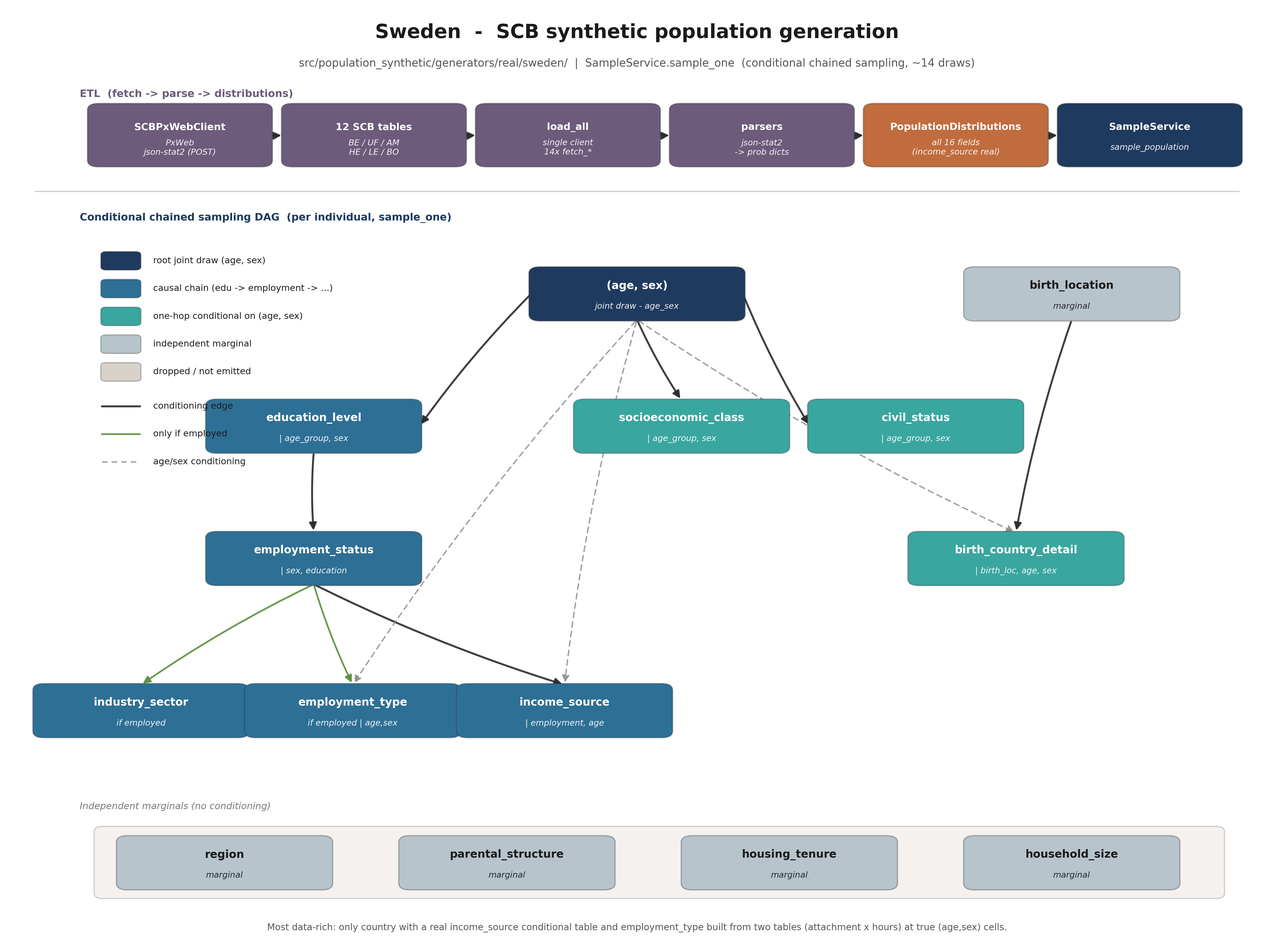
bas1l/population-synthetic keeps this Graphviz diagram as docs/architecture/diagrams/real/sweden_generation_dag.png. Above is the earlier version. Its source is kept beside it as docs/architecture/diagrams/real/sweden_generation_dag.dot. Its diagram source:
```dot
digraph generation {
  rankdir=TB;
  bgcolor="white";
  node [shape=box, style="rounded,filled", fontname="Helvetica", fontsize=11, margin="0.12,0.07"];
  edge [fontname="Helvetica"];

  agesex [label="(age, sex)\n(joint draw - age_sex)", fillcolor="#1f3a5f", fontcolor="white"];
  education [label="education_level\n(| age_group, sex)", fillcolor="#2e6f95", fontcolor="white"];
  employment [label="employment_status\n(| sex, education)", fillcolor="#2e6f95", fontcolor="white"];
  industry [label="industry_sector\n(if employed)", fillcolor="#2e6f95", fontcolor="white"];
  emptype [label="employment_type\n(if employed | age,sex)", fillcolor="#2e6f95", fontcolor="white"];
  income_source [label="income_source\n(| employment, age)", fillcolor="#2e6f95", fontcolor="white"];
  socio [label="socioeconomic_class\n(| age_group, sex)", fillcolor="#3aa6a0", fontcolor="white"];
  civil [label="civil_status\n(| age_group, sex)", fillcolor="#3aa6a0", fontcolor="white"];
  birthloc [label="birth_location\n(marginal)", fillcolor="#b8c4cc", fontcolor="black"];
  birthdetail [label="birth_country_detail\n(| birth_loc, age, sex)", fillcolor="#3aa6a0", fontcolor="white"];
  region [label="region\n(marginal)", fillcolor="#b8c4cc", fontcolor="black"];
  parental_structure [label="parental_structure\n(marginal)", fillcolor="#b8c4cc", fontcolor="black"];
  housing_tenure [label="housing_tenure\n(marginal)", fillcolor="#b8c4cc", fontcolor="black"];
  household_size [label="household_size\n(marginal)", fillcolor="#b8c4cc", fontcolor="black"];

  agesex -> education [color="#2b2b2b"];
  education -> employment [color="#2b2b2b"];
  employment -> industry [color="#5a8f3c", label="if employed", fontsize=9, fontcolor="#5a8f3c"];
  employment -> emptype [color="#5a8f3c", label="if employed", fontsize=9, fontcolor="#5a8f3c"];
  employment -> income_source [color="#2b2b2b"];
  agesex -> emptype [color="#888888", style=dashed, label="age,sex", fontsize=9, fontcolor="#888888"];
  agesex -> income_source [color="#888888", style=dashed, label="age,sex", fontsize=9, fontcolor="#888888"];
  agesex -> socio [color="#2b2b2b"];
  agesex -> civil [color="#2b2b2b"];
  agesex -> birthdetail [color="#888888", style=dashed, label="age,sex", fontsize=9, fontcolor="#888888"];
  birthloc -> birthdetail [color="#2b2b2b"];

  { rank=sink; region parental_structure housing_tenure household_size }
}
```
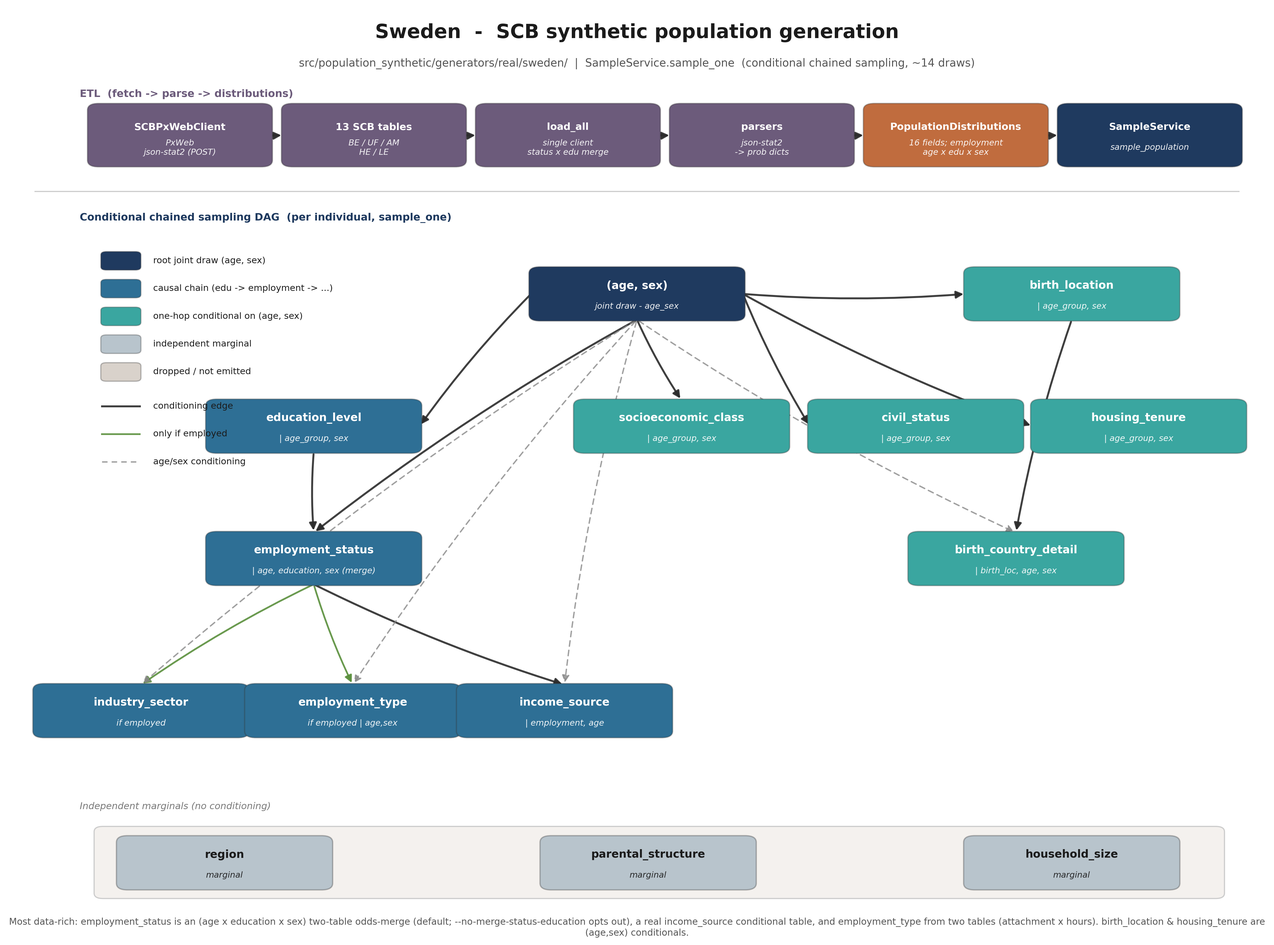
Later version of the same file.

What changed in the source:
```diff
@@ -6,17 +6,17 @@
 
   agesex [label="(age, sex)\n(joint draw - age_sex)", fillcolor="#1f3a5f", fontcolor="white"];
   education [label="education_level\n(| age_group, sex)", fillcolor="#2e6f95", fontcolor="white"];
-  employment [label="employment_status\n(| sex, education)", fillcolor="#2e6f95", fontcolor="white"];
+  employment [label="employment_status\n(| age, education, sex (merge))", fillcolor="#2e6f95", fontcolor="white"];
   industry [label="industry_sector\n(if employed)", fillcolor="#2e6f95", fontcolor="white"];
   emptype [label="employment_type\n(if employed | age,sex)", fillcolor="#2e6f95", fontcolor="white"];
   income_source [label="income_source\n(| employment, age)", fillcolor="#2e6f95", fontcolor="white"];
   socio [label="socioeconomic_class\n(| age_group, sex)", fillcolor="#3aa6a0", fontcolor="white"];
   civil [label="civil_status\n(| age_group, sex)", fillcolor="#3aa6a0", fontcolor="white"];
-  birthloc [label="birth_location\n(marginal)", fillcolor="#b8c4cc", fontcolor="black"];
+  birthloc [label="birth_location\n(| age_group, sex)", fillcolor="#3aa6a0", fontcolor="white"];
   birthdetail [label="birth_country_detail\n(| birth_loc, age, sex)", fillcolor="#3aa6a0", fontcolor="white"];
+  housing_tenure [label="housing_tenure\n(| age_group, sex)", fillcolor="#3aa6a0", fontcolor="white"];
   region [label="region\n(marginal)", fillcolor="#b8c4cc", fontcolor="black"];
   parental_structure [label="parental_structure\n(marginal)", fillcolor="#b8c4cc", fontcolor="black"];
-  housing_tenure [label="housing_tenure\n(marginal)", fillcolor="#b8c4cc", fontcolor="black"];
   household_size [label="household_size\n(marginal)", fillcolor="#b8c4cc", fontcolor="black"];
 
   agesex -> education [color="#2b2b2b"];
@@ -30,6 +30,10 @@
   agesex -> civil [color="#2b2b2b"];
   agesex -> birthdetail [color="#888888", style=dashed, label="age,sex", fontsize=9, fontcolor="#888888"];
   birthloc -> birthdetail [color="#2b2b2b"];
+  agesex -> employment [color="#2b2b2b"];
+  agesex -> industry [color="#888888", style=dashed, label="age,sex", fontsize=9, fontcolor="#888888"];
+  agesex -> birthloc [color="#2b2b2b"];
+  agesex -> housing_tenure [color="#2b2b2b"];
 
-  { rank=sink; region parental_structure housing_tenure household_size }
+  { rank=sink; region parental_structure household_size }
 }
```
